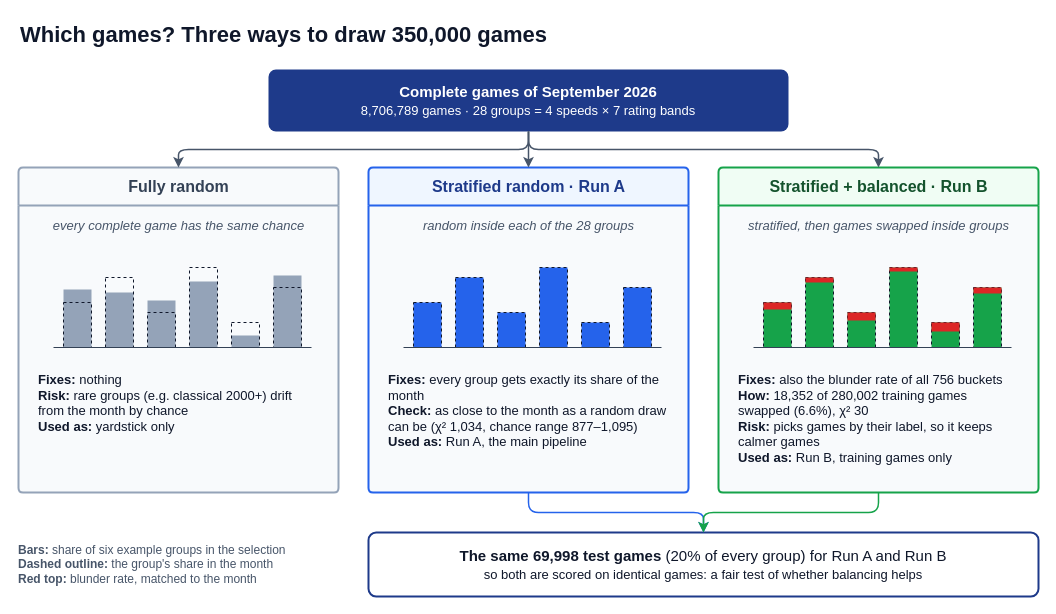
Above: submission/presentation/figures/selection_designs.drawio in BlackSamuron0305/Data-Mining-UNI_Mannheim (draw.io), before the change. Source tidied: cells renumbered, new cells numbered last; positions are measured from the earlier drawing's top-left corner, leaving out a move shared by most shapes. Both pictures are drawn from the tidied source at 100%, with x=0, y=0 at pixel (18, 17).
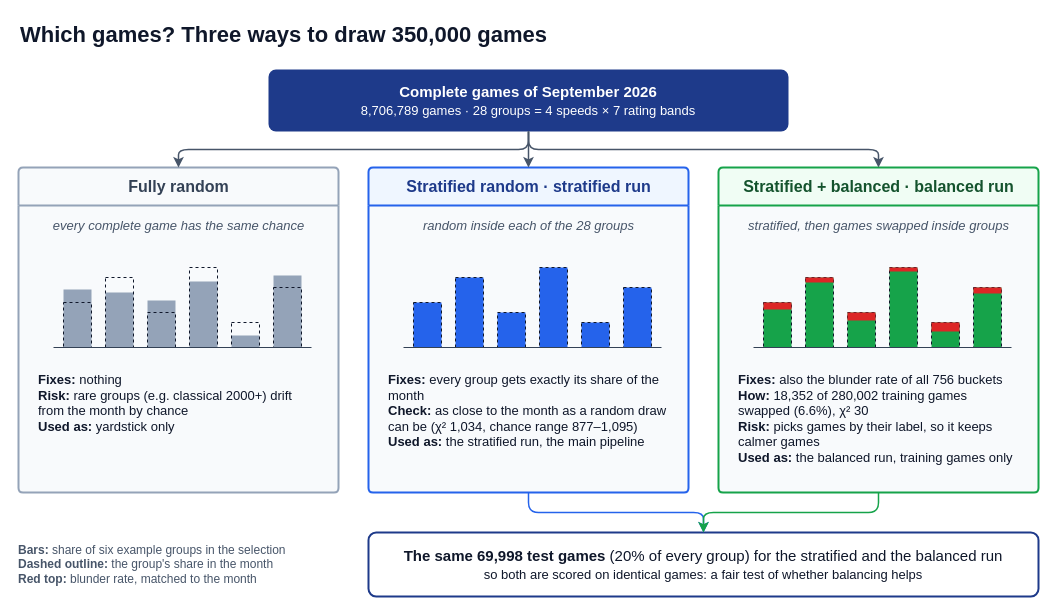
Above is the later version.

The edit, as a diff of the source:
```diff
@@
-    <mxCell id="5" value="Stratified random · Run A" style="swimlane;startSize=38;rounded=1;arcSize=4;html=1;fillColor=#EFF6FF;swimlaneFillColor=#F8FAFC;strokeColor=#2563EB;strokeWidth=2;fontSize=16;fontStyle=1;fontColor=#1E3A8A;fontFamily=Helvetica;" parent="1" vertex="1">
+    <mxCell id="5" value="Stratified random · stratified run" style="swimlane;startSize=38;rounded=1;arcSize=4;html=1;fillColor=#EFF6FF;swimlaneFillColor=#F8FAFC;strokeColor=#2563EB;strokeWidth=2;fontSize=16;fontStyle=1;fontColor=#1E3A8A;fontFamily=Helvetica;" parent="1" vertex="1">
       <mxGeometry x="350" y="150" width="320" height="325" as="geometry" />
     </mxCell>
-    <mxCell id="6" value="Stratified + balanced · Run B" style="swimlane;startSize=38;rounded=1;arcSize=4;html=1;fillColor=#F0FDF4;swimlaneFillColor=#F8FAFC;strokeColor=#16A34A;strokeWidth=2;fontSize=16;fontStyle=1;fontColor=#14532D;fontFamily=Helvetica;" parent="1" vertex="1">
+    <mxCell id="6" value="Stratified + balanced · balanced run" style="swimlane;startSize=38;rounded=1;arcSize=4;html=1;fillColor=#F0FDF4;swimlaneFillColor=#F8FAFC;strokeColor=#16A34A;strokeWidth=2;fontSize=16;fontStyle=1;fontColor=#14532D;fontFamily=Helvetica;" parent="1" vertex="1">
       <mxGeometry x="700" y="150" width="320" height="325" as="geometry" />
     </mxCell>
@@
-    <mxCell id="44" value="&lt;b&gt;Fixes:&lt;/b&gt; every group gets exactly its share of the month&lt;br&gt;&lt;b&gt;Check:&lt;/b&gt; as close to the month as a random draw can be (χ² 1,034, chance range 877–1,095)&lt;br&gt;&lt;b&gt;Used as:&lt;/b&gt; Run A, the main pipeline" style="text;html=1;align=left;verticalAlign=top;whiteSpace=wrap;fontSize=13;fontColor=#0F172A;spacing=0;fontFamily=Helvetica;" parent="5" vertex="1">
+    <mxCell id="44" value="&lt;b&gt;Fixes:&lt;/b&gt; every group gets exactly its share of the month&lt;br&gt;&lt;b&gt;Check:&lt;/b&gt; as close to the month as a random draw can be (χ² 1,034, chance range 877–1,095)&lt;br&gt;&lt;b&gt;Used as:&lt;/b&gt; the stratified run, the main pipeline" style="text;html=1;align=left;verticalAlign=top;whiteSpace=wrap;fontSize=13;fontColor=#0F172A;spacing=0;fontFamily=Helvetica;" parent="5" vertex="1">
       <mxGeometry x="20" y="200" width="280" height="120" as="geometry" />
     </mxCell>
-    <mxCell id="45" value="&lt;b&gt;Fixes:&lt;/b&gt; also the blunder rate of all 756 buckets&lt;br&gt;&lt;b&gt;How:&lt;/b&gt; 18,352 of 280,002 training games swapped (6.6%), χ² 30&lt;br&gt;&lt;b&gt;Risk:&lt;/b&gt; picks games by their label, so it keeps calmer games&lt;br&gt;&lt;b&gt;Used as:&lt;/b&gt; Run B, training games only" style="text;html=1;align=left;verticalAlign=top;whiteSpace=wrap;fontSize=13;fontColor=#0F172A;spacing=0;fontFamily=Helvetica;" parent="6" vertex="1">
+    <mxCell id="45" value="&lt;b&gt;Fixes:&lt;/b&gt; also the blunder rate of all 756 buckets&lt;br&gt;&lt;b&gt;How:&lt;/b&gt; 18,352 of 280,002 training games swapped (6.6%), χ² 30&lt;br&gt;&lt;b&gt;Risk:&lt;/b&gt; picks games by their label, so it keeps calmer games&lt;br&gt;&lt;b&gt;Used as:&lt;/b&gt; the balanced run, training games only" style="text;html=1;align=left;verticalAlign=top;whiteSpace=wrap;fontSize=13;fontColor=#0F172A;spacing=0;fontFamily=Helvetica;" parent="6" vertex="1">
       <mxGeometry x="20" y="200" width="280" height="120" as="geometry" />
     </mxCell>
@@
-    <mxCell id="49" value="&lt;b&gt;The same 69,998 test games&lt;/b&gt; (20% of every group) for Run A and Run B&lt;br&gt;&lt;font style=&quot;font-size:13px&quot;&gt;so both are scored on identical games: a fair test of whether balancing helps&lt;/font&gt;" style="rounded=1;arcSize=12;whiteSpace=wrap;html=1;fillColor=#FFFFFF;strokeColor=#1E3A8A;strokeWidth=2;fontColor=#0F172A;fontSize=15;fontFamily=Helvetica;" parent="1" vertex="1">
+    <mxCell id="49" value="&lt;b&gt;The same 69,998 test games&lt;/b&gt; (20% of every group) for the stratified and the balanced run&lt;br&gt;&lt;font style=&quot;font-size:13px&quot;&gt;so both are scored on identical games: a fair test of whether balancing helps&lt;/font&gt;" style="rounded=1;arcSize=12;whiteSpace=wrap;html=1;fillColor=#FFFFFF;strokeColor=#1E3A8A;strokeWidth=2;fontColor=#0F172A;fontSize=15;fontFamily=Helvetica;" parent="1" vertex="1">
       <mxGeometry x="350" y="515" width="670" height="64" as="geometry" />
     </mxCell>
```
